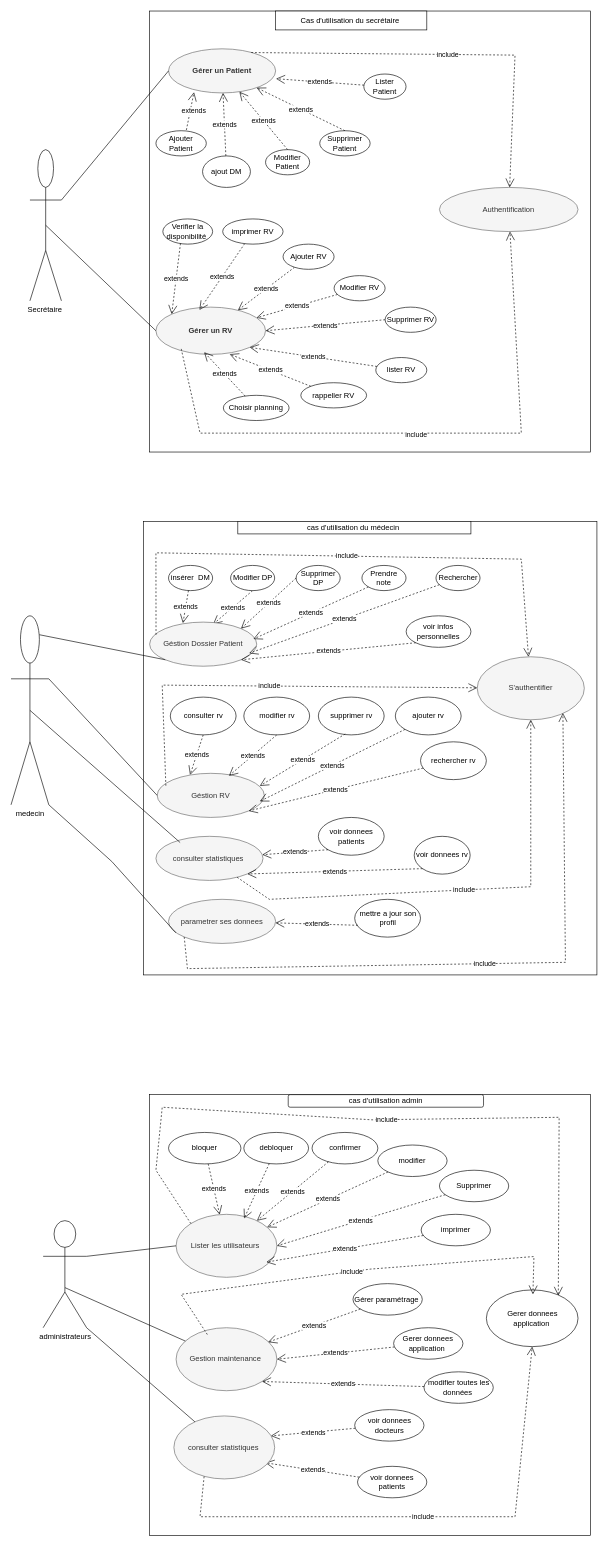
Earlier version of the draw.io diagram Diagramme sans nom.drawio (jockermax/bureau-de-change). Source tidied: cells renumbered, new cells numbered last; positions are measured from the earlier drawing's top-left corner, leaving out a move shared by most shapes. Both pictures are drawn from the tidied source at 63%, with x=0, y=0 at pixel (11, 11).
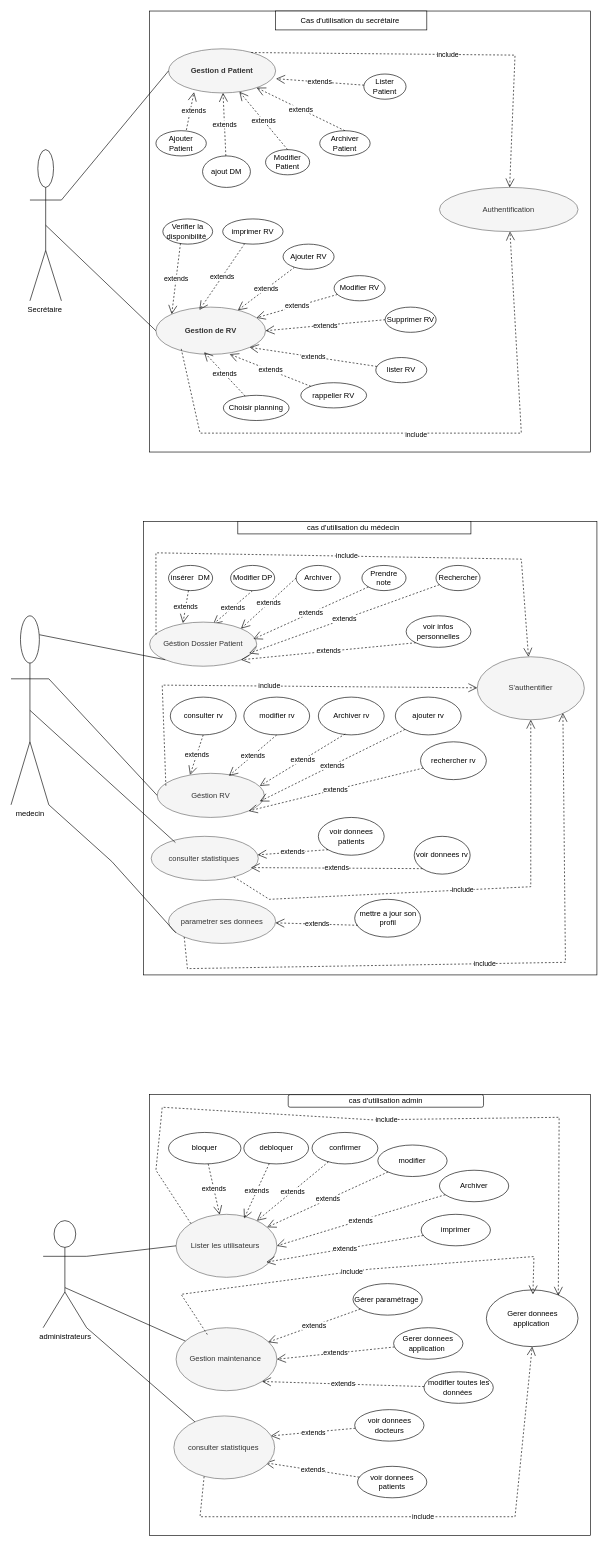
The same diagram, later.

Commit message:
Mettre à jour Diagramme sans nom.drawio

Unchanged cells that the change refers to:
```xml
<mxCell id="70" value="voir donnees rv" style="ellipse;whiteSpace=wrap;html=1;" parent="1" vertex="1">
  <mxGeometry x="640" y="1310" width="88.8" height="60" as="geometry" />
</mxCell>
```

Change to the diagram source:
```diff
@@
-    <mxCell id="5" value="Gérer un Patient" style="ellipse;whiteSpace=wrap;html=1;fillColor=#f5f5f5;fontColor=#333333;strokeColor=#666666;fontStyle=1;" parent="1" vertex="1">
+    <mxCell id="5" value="Gestion d Patient" style="ellipse;whiteSpace=wrap;html=1;fillColor=#f5f5f5;fontColor=#333333;strokeColor=#666666;fontStyle=1;" parent="1" vertex="1">
       <mxGeometry x="250" y="60" width="170" height="70" as="geometry" />
     </mxCell>
@@
-    <mxCell id="11" value="Supprimer Patient" style="ellipse;whiteSpace=wrap;html=1;" parent="1" vertex="1">
+    <mxCell id="11" value="Archiver Patient" style="ellipse;whiteSpace=wrap;html=1;" parent="1" vertex="1">
       <mxGeometry x="490" y="190" width="80" height="40" as="geometry" />
     </mxCell>
@@
-    <mxCell id="13" value="Gérer un RV" style="ellipse;whiteSpace=wrap;html=1;fillColor=#f5f5f5;fontColor=#333333;strokeColor=#666666;fontStyle=1;" parent="1" vertex="1">
+    <mxCell id="13" value="Gestion de RV" style="ellipse;whiteSpace=wrap;html=1;fillColor=#f5f5f5;fontColor=#333333;strokeColor=#666666;fontStyle=1;" parent="1" vertex="1">
       <mxGeometry x="230" y="470" width="174" height="75" as="geometry" />
     </mxCell>
@@
-    <mxCell id="41" value="Supprimer DP" style="ellipse;whiteSpace=wrap;html=1;" parent="1" vertex="1">
+    <mxCell id="41" value="Archiver" style="ellipse;whiteSpace=wrap;html=1;" parent="1" vertex="1">
       <mxGeometry x="452.5" y="880" width="70" height="40" as="geometry" />
     </mxCell>
@@
-    <mxCell id="57" value="supprimer rv" style="ellipse;whiteSpace=wrap;html=1;" parent="1" vertex="1">
+    <mxCell id="57" value="Archiver rv" style="ellipse;whiteSpace=wrap;html=1;" parent="1" vertex="1">
       <mxGeometry x="487.8" y="1089" width="104.5" height="60" as="geometry" />
     </mxCell>
@@
     <mxCell id="66" value="consulter statistiques&amp;nbsp;" style="ellipse;whiteSpace=wrap;html=1;fillColor=#f5f5f5;fontColor=#333333;strokeColor=#666666;" parent="1" vertex="1">
-      <mxGeometry x="230" y="1310" width="170" height="70" as="geometry" />
+      <mxGeometry x="222.5" y="1310" width="170" height="70" as="geometry" />
     </mxCell>
@@
-    <mxCell id="71" value="extends" style="endArrow=open;endSize=12;dashed=1;html=1;rounded=0;exitX=0;exitY=1;exitDx=0;exitDy=0;entryX=1;entryY=1;entryDx=0;entryDy=0;" parent="1" edge="1" source="70" target="66">
+    <mxCell id="71" value="extends" style="endArrow=open;endSize=12;dashed=1;html=1;rounded=0;exitX=0;exitY=1;exitDx=0;exitDy=0;entryX=0.931;entryY=0.709;entryDx=0;entryDy=0;entryPerimeter=0;" parent="1" edge="1" source="70" target="66">
       <mxGeometry relative="1" as="geometry" />
     </mxCell>
@@
-    <mxCell id="95" value="Supprimer" style="ellipse;whiteSpace=wrap;html=1;" parent="1" vertex="1">
+    <mxCell id="95" value="Archiver" style="ellipse;whiteSpace=wrap;html=1;" parent="1" vertex="1">
       <mxGeometry x="680" y="1840" width="110" height="50" as="geometry" />
     </mxCell>
```
